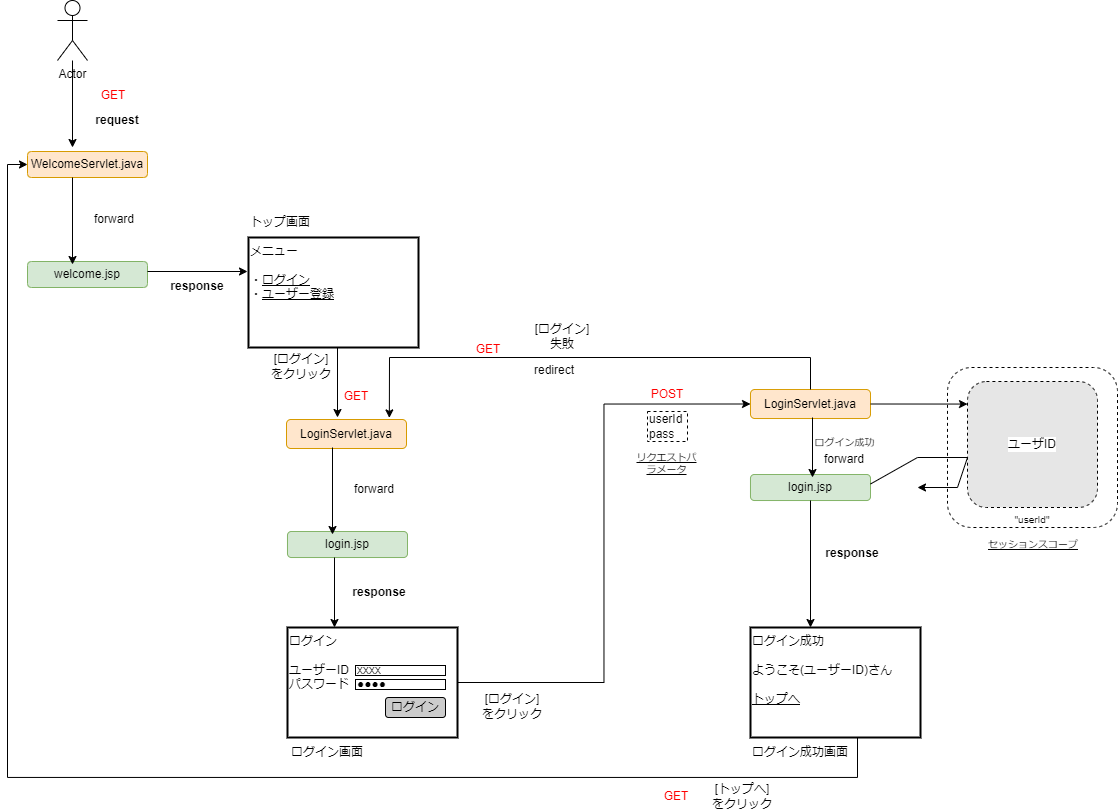
This is 画面遷移図(拡張版).png from saraken357/sj429-sj1401, a draw.io export, as it was before one commit. Source tidied: cells renumbered, new cells last; positions are measured from the earlier drawing's top-left corner, leaving out a move shared by most shapes.
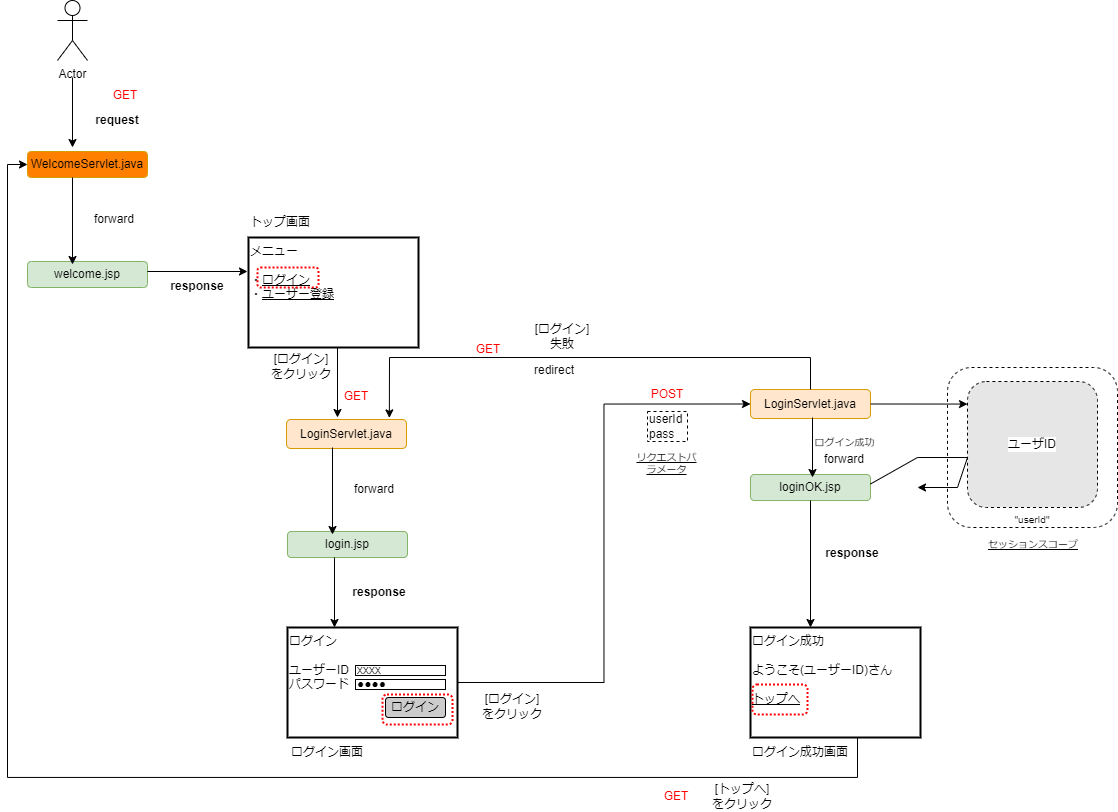
After the commit.

The edit, as a diff of the source:
```diff
@@ -14,6 +14,9 @@
     <mxCell id="5" value="トップ画面" style="text;html=1;strokeColor=none;fillColor=none;align=left;verticalAlign=middle;whiteSpace=wrap;rounded=0;" parent="3" vertex="1">
       <mxGeometry width="80" height="30" as="geometry" />
     </mxCell>
+    <mxCell id="62" style="rounded=1;whiteSpace=wrap;html=1;glass=0;dashed=1;dashPattern=1 1;labelBackgroundColor=#E6E6E6;strokeColor=#FF0000;strokeWidth=2;fontSize=12;fillColor=none;" parent="3" vertex="1">
+      <mxGeometry x="9" y="60" width="61" height="20" as="geometry" />
+    </mxCell>
     <mxCell id="6" style="group;" parent="1" vertex="1">
       <mxGeometry x="743" y="597" width="170" height="140" as="geometry" />
     </mxCell>
@@ -26,22 +29,24 @@
     <mxCell id="9" style="edgeStyle=orthogonalEdgeStyle;rounded=0;jettySize=auto;html=1;entryX=0;entryY=0.5;entryDx=0;entryDy=0;" parent="1" edge="1" source="21" target="43">
       <mxGeometry relative="1" as="geometry" />
     </mxCell>
-    <mxCell id="10" style="edgeStyle=orthogonalEdgeStyle;rounded=0;jettySize=auto;html=1;" parent="1" edge="1" source="11">
-      <mxGeometry relative="1" as="geometry">
+    <mxCell id="10" style="edgeStyle=orthogonalEdgeStyle;rounded=0;orthogonalLoop=1;jettySize=auto;html=1;" parent="1" edge="1">
+      <mxGeometry x="1" y="-5" relative="1" as="geometry">
+        <mxPoint x="65" y="77" as="sourcePoint" />
         <mxPoint x="65" y="147" as="targetPoint" />
+        <mxPoint y="1" as="offset" />
       </mxGeometry>
     </mxCell>
     <mxCell id="11" value="Actor" style="shape=umlActor;verticalLabelPosition=bottom;verticalAlign=top;html=1;outlineConnect=0;" parent="1" vertex="1">
       <mxGeometry x="50" width="30" height="60" as="geometry" />
     </mxCell>
-    <mxCell id="12" value="WelcomeServlet.java" style="rounded=1;whiteSpace=wrap;html=1;fillColor=#ffe6cc;strokeColor=#d79b00;" parent="1" vertex="1">
+    <mxCell id="12" value="WelcomeServlet.java" style="rounded=1;whiteSpace=wrap;html=1;fillColor=#FF8000;strokeColor=#d79b00;" parent="1" vertex="1">
       <mxGeometry x="20" y="151" width="120" height="26" as="geometry" />
     </mxCell>
     <mxCell id="13" value="welcome.jsp" style="rounded=1;whiteSpace=wrap;html=1;fillColor=#d5e8d4;strokeColor=#82b366;" parent="1" vertex="1">
       <mxGeometry x="20" y="261" width="120" height="26" as="geometry" />
     </mxCell>
     <mxCell id="14" value="&lt;font color=&quot;#ff0000&quot;&gt;GET&lt;/font&gt;" style="text;html=1;strokeColor=none;fillColor=none;align=center;verticalAlign=middle;whiteSpace=wrap;rounded=0;" parent="1" vertex="1">
-      <mxGeometry x="66" y="80" width="80" height="30" as="geometry" />
+      <mxGeometry x="90" y="80" width="56" height="30" as="geometry" />
     </mxCell>
     <mxCell id="15" value="&lt;b&gt;request&lt;/b&gt;" style="text;html=1;strokeColor=none;fillColor=none;align=center;verticalAlign=middle;whiteSpace=wrap;rounded=0;" parent="1" vertex="1">
       <mxGeometry x="70" y="105" width="80" height="30" as="geometry" />
@@ -149,7 +154,7 @@
     <mxCell id="43" value="LoginServlet.java" style="rounded=1;whiteSpace=wrap;html=1;fillColor=#ffe6cc;strokeColor=#d79b00;" parent="1" vertex="1">
       <mxGeometry x="743" y="389" width="120" height="29" as="geometry" />
     </mxCell>
-    <mxCell id="44" value="login.jsp" style="rounded=1;whiteSpace=wrap;html=1;fillColor=#d5e8d4;strokeColor=#82b366;" parent="1" vertex="1">
+    <mxCell id="44" value="loginOK.jsp" style="rounded=1;whiteSpace=wrap;html=1;fillColor=#d5e8d4;strokeColor=#82b366;" parent="1" vertex="1">
       <mxGeometry x="743" y="474" width="120" height="26" as="geometry" />
     </mxCell>
     <mxCell id="45" style="edgeStyle=orthogonalEdgeStyle;rounded=0;orthogonalLoop=1;jettySize=auto;html=1;" parent="1" edge="1">
@@ -227,5 +232,11 @@
         </Array>
       </mxGeometry>
     </mxCell>
+    <mxCell id="63" style="rounded=1;whiteSpace=wrap;html=1;glass=0;dashed=1;dashPattern=1 1;labelBackgroundColor=#E6E6E6;strokeColor=#FF0000;strokeWidth=2;fontSize=12;fillColor=none;" parent="1" vertex="1">
+      <mxGeometry x="375" y="694" width="70" height="30" as="geometry" />
+    </mxCell>
+    <mxCell id="64" style="rounded=1;whiteSpace=wrap;html=1;glass=0;dashed=1;dashPattern=1 1;labelBackgroundColor=#E6E6E6;strokeColor=#FF0000;strokeWidth=2;fontSize=12;fillColor=none;" parent="1" vertex="1">
+      <mxGeometry x="745" y="684" width="55" height="30" as="geometry" />
+    </mxCell>
   </root>
 </mxGraphModel>
```
